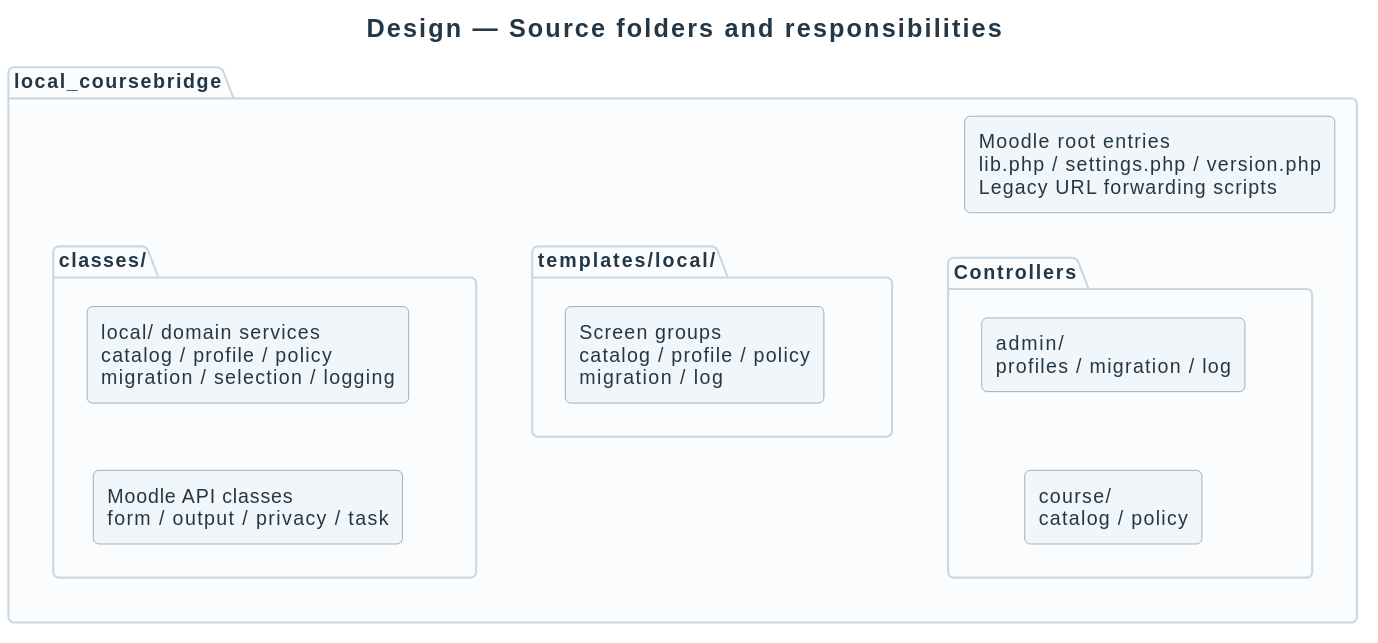
Before: docs/diagrams/design/source-structure.svg, a diagram exported from PlantUML (didactika/moodle-local_coursefiles).
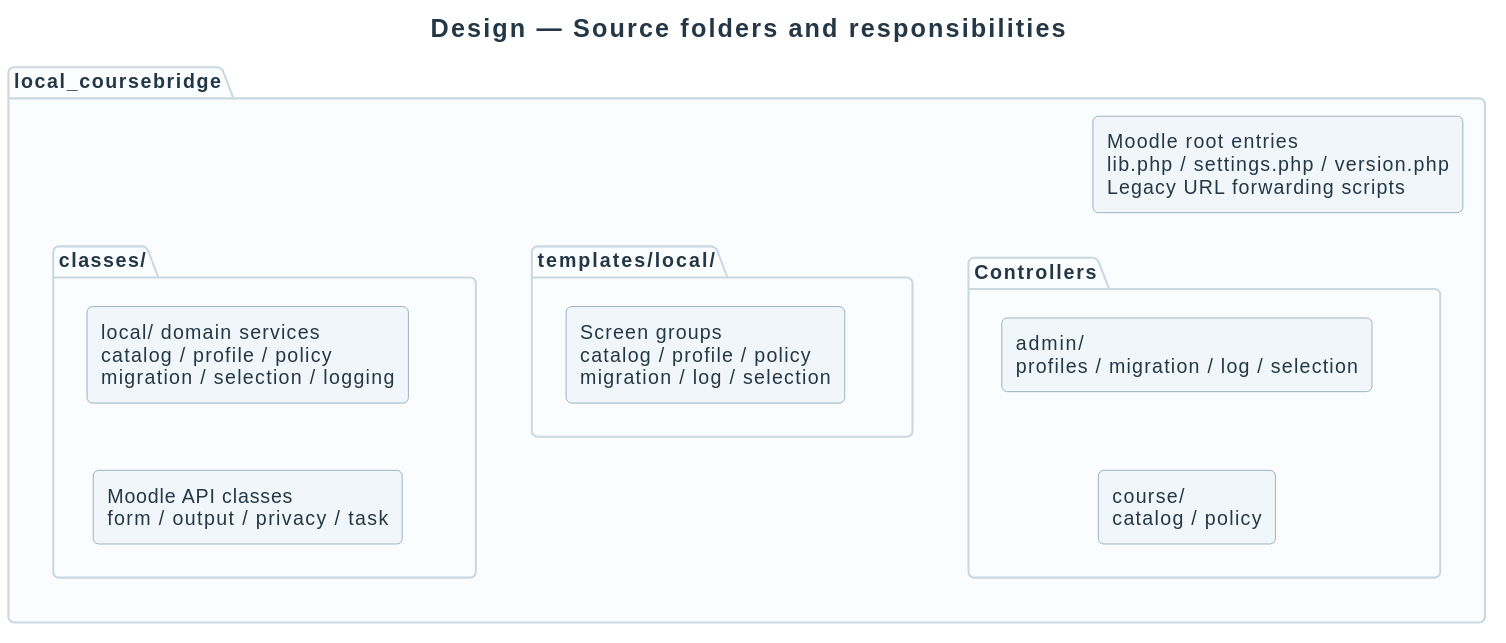
After the change.

Change to the diagram source:
```diff
@@ -5,7 +5,7 @@
 package "local_coursebridge" {
   component "Moodle root entries\nlib.php / settings.php / version.php\nLegacy URL forwarding scripts" as Entry
   package "Controllers" as Controllers {
-    component "admin/\nprofiles / migration / log" as Admin
+    component "admin/\nprofiles / migration / log / selection" as Admin
     component "course/\ncatalog / policy" as Course
     Admin -[hidden]down-> Course
   }
@@ -15,7 +15,7 @@
     Services -[hidden]down-> APIs
   }
   package "templates/local/" as Templates {
-    component "Screen groups\ncatalog / profile / policy\nmigration / log" as Screens
+    component "Screen groups\ncatalog / profile / policy\nmigration / log / selection" as Screens
   }
   Entry -[hidden]down-> Controllers
   Controllers -[hidden]right-> Classes
```
